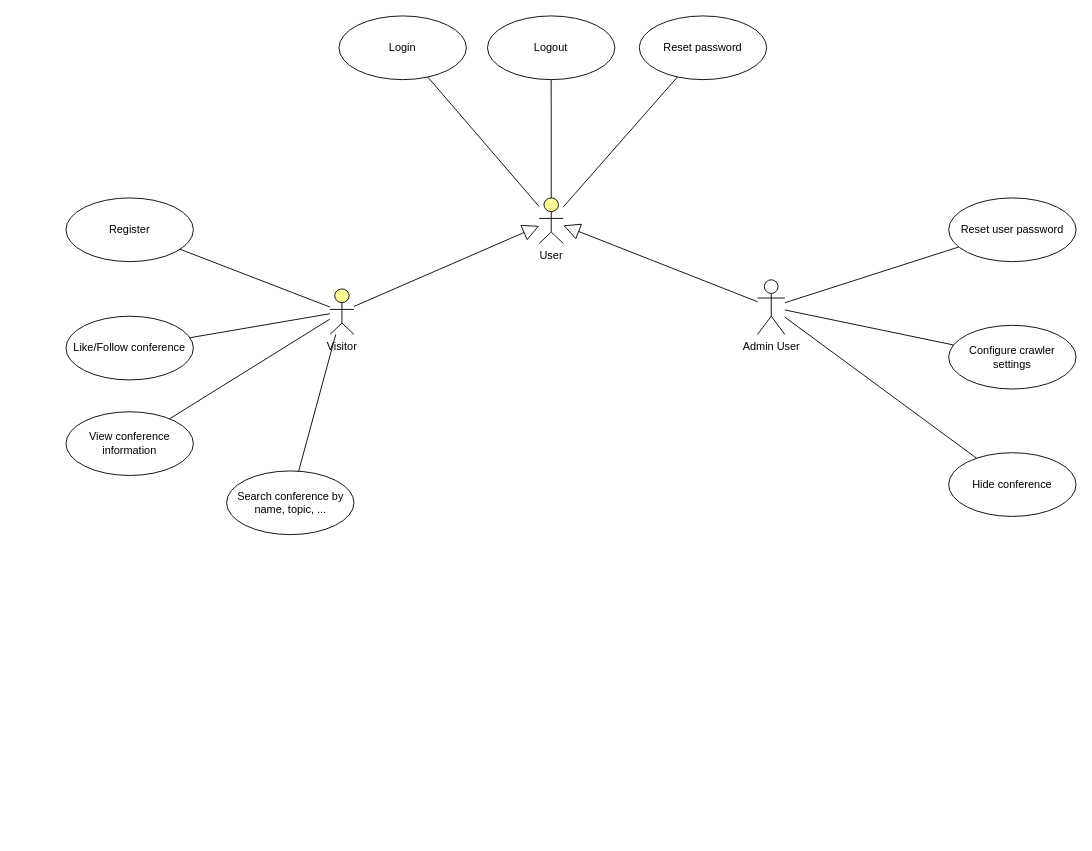
Earlier version of the draw.io diagram page "User use case" (1 of 2) of Diagram/Use Case.drawio (Technologie-Logicielle/spiderbot). Source tidied: cells renumbered, new cells numbered last; positions are measured from the earlier drawing's top-left corner, leaving out a move shared by most shapes. Both pictures are drawn from the tidied source at 91%, with x=0, y=0 at pixel (66, 15).
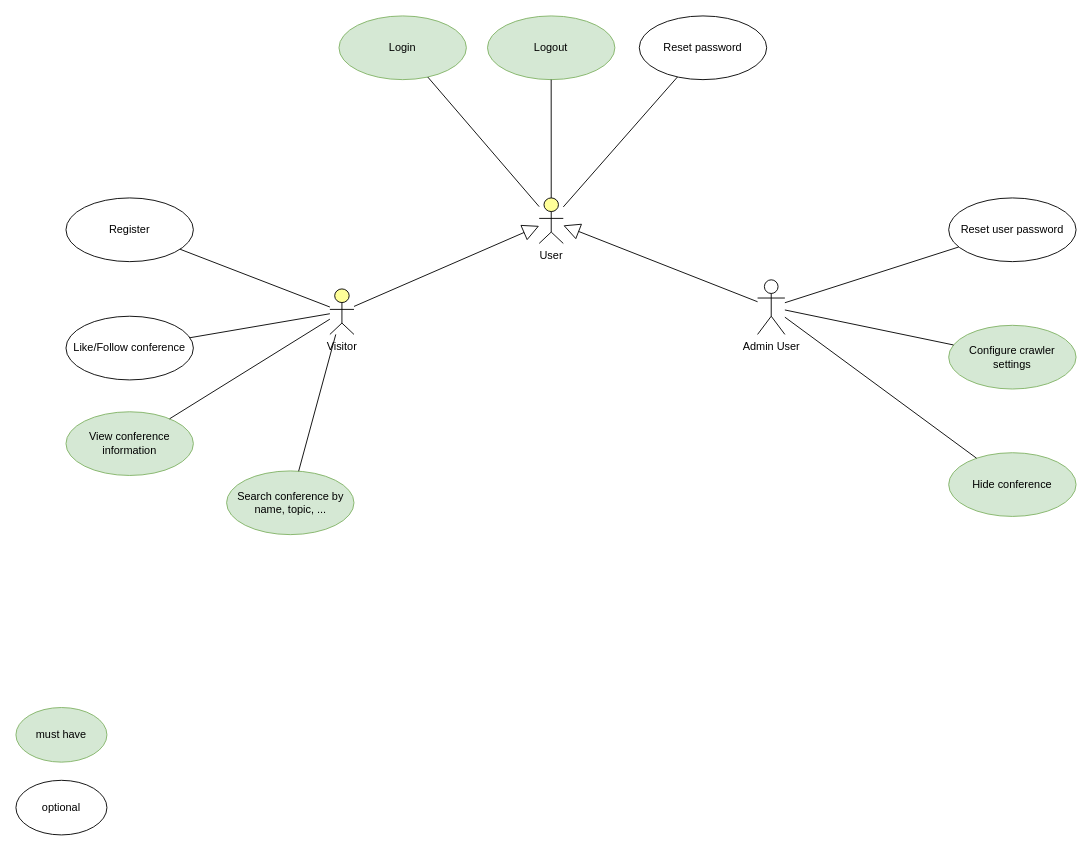
The same diagram, later.

What changed in the source:
```diff
@@
-    <mxCell id="3" value="Login" style="ellipse;whiteSpace=wrap;html=1;" parent="1" vertex="1">
+    <mxCell id="3" value="Login" style="ellipse;whiteSpace=wrap;html=1;fillColor=#d5e8d4;strokeColor=#82b366;" parent="1" vertex="1">
       <mxGeometry x="300" width="140" height="70" as="geometry" />
     </mxCell>
-    <mxCell id="4" value="Logout" style="ellipse;whiteSpace=wrap;html=1;" parent="1" vertex="1">
+    <mxCell id="4" value="Logout" style="ellipse;whiteSpace=wrap;html=1;fillColor=#d5e8d4;strokeColor=#82b366;" parent="1" vertex="1">
       <mxGeometry x="463.2" width="140" height="70" as="geometry" />
     </mxCell>
@@
-    <mxCell id="9" value="Search conference by name, topic, ..." style="ellipse;whiteSpace=wrap;html=1;" parent="1" vertex="1">
+    <mxCell id="9" value="Search conference by name, topic, ..." style="ellipse;whiteSpace=wrap;html=1;fillColor=#d5e8d4;strokeColor=#82b366;" parent="1" vertex="1">
       <mxGeometry x="176.5" y="500" width="140" height="70" as="geometry" />
     </mxCell>
@@
-    <mxCell id="11" value="View conference information" style="ellipse;whiteSpace=wrap;html=1;" parent="1" vertex="1">
+    <mxCell id="11" value="View conference information" style="ellipse;whiteSpace=wrap;html=1;fillColor=#d5e8d4;strokeColor=#82b366;" parent="1" vertex="1">
       <mxGeometry y="435" width="140" height="70" as="geometry" />
     </mxCell>
@@
-    <mxCell id="22" value="Configure crawler settings" style="ellipse;whiteSpace=wrap;html=1;" parent="1" vertex="1">
+    <mxCell id="22" value="Configure crawler settings" style="ellipse;whiteSpace=wrap;html=1;fillColor=#d5e8d4;strokeColor=#82b366;" parent="1" vertex="1">
       <mxGeometry x="970" y="340" width="140" height="70" as="geometry" />
     </mxCell>
@@
-    <mxCell id="25" value="Hide conference" style="ellipse;whiteSpace=wrap;html=1;" parent="1" vertex="1">
+    <mxCell id="25" value="Hide conference" style="ellipse;whiteSpace=wrap;html=1;fillColor=#d5e8d4;strokeColor=#82b366;" parent="1" vertex="1">
       <mxGeometry x="970" y="480" width="140" height="70" as="geometry" />
     </mxCell>
@@
+    <mxCell id="27" value="must have" style="ellipse;whiteSpace=wrap;html=1;fillColor=#d5e8d4;strokeColor=#82b366;" parent="1" vertex="1">
+      <mxGeometry x="-55" y="760" width="100" height="60" as="geometry" />
+    </mxCell>
+    <mxCell id="28" value="optional" style="ellipse;whiteSpace=wrap;html=1;" parent="1" vertex="1">
+      <mxGeometry x="-55" y="840" width="100" height="60" as="geometry" />
+    </mxCell>
```
